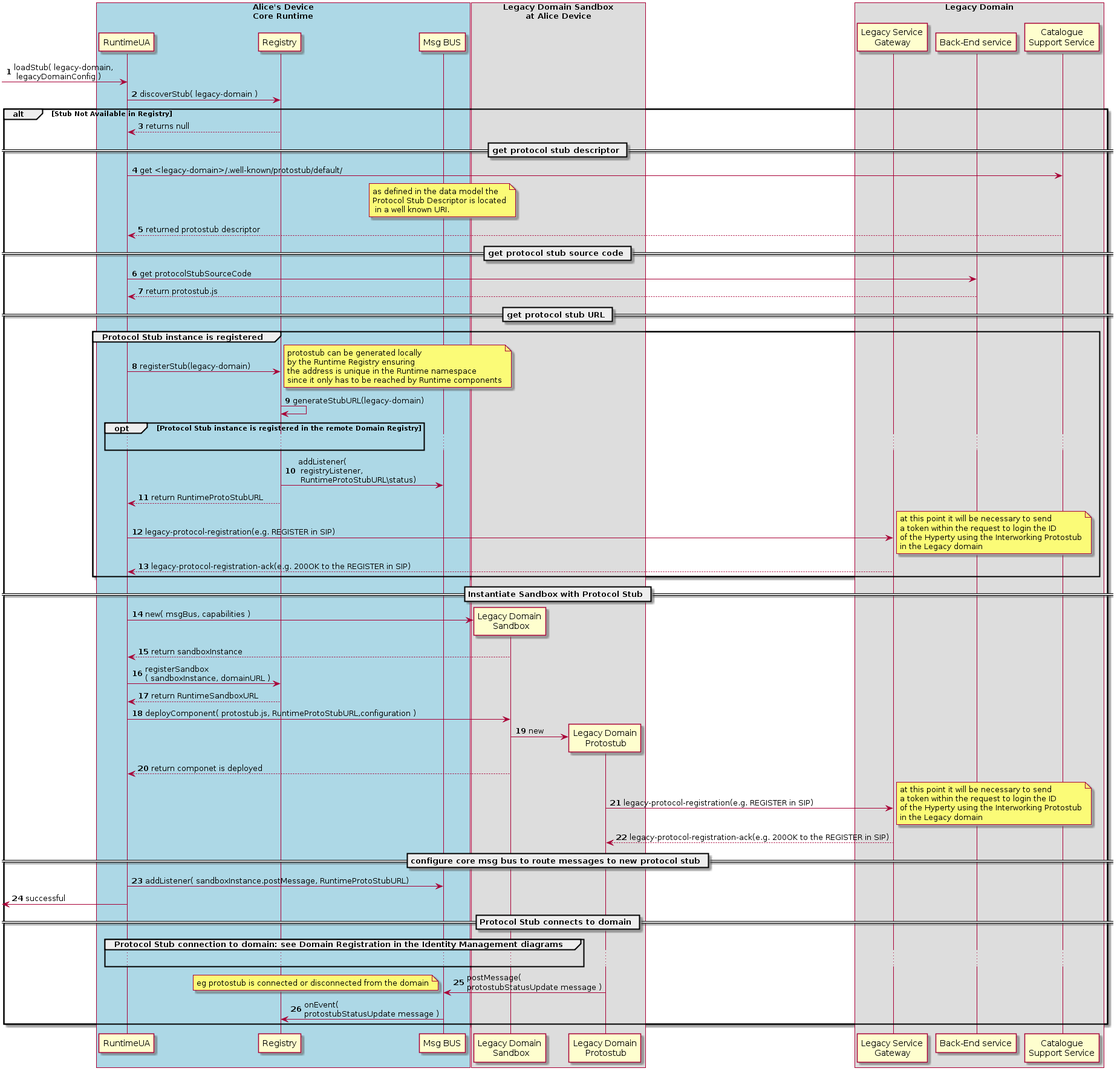
Above: dynamic-view/legacy-interworking/deploy-iwstub.png in reTHINK-project/specs (PlantUML), before the change. Source of this version:
```plantuml
@startuml "deploy-iwstub.png"

autonumber












		box "Alice's Device\nCore Runtime" #LightBlue
				participant "RuntimeUA" as RunUA@A


				participant "Registry" as RunReg@A






				participant "Msg BUS" as BUS@A
		end box













box "Legacy Domain Sandbox\nat Alice Device"
                participant "Legacy Domain\n Sandbox" as sandbox@LDSB
                participant "Legacy Domain\n Protostub" as protostub@LDSB
end box


box "Legacy Domain"
                 participant "Legacy Service\nGateway" as GW@LS1
		 participant "Back-End service" as BES@LS1
                 participant "Catalogue\nSupport Service" as Cat@LS1
end box

-> RunUA@A : loadStub( legacy-domain,\n legacyDomainConfig )

RunUA@A -> RunReg@A : discoverStub( legacy-domain )

alt Stub Not Available in Registry

RunUA@A <-- RunReg@A : returns null

== get protocol stub descriptor ==


	RunUA@A -> Cat@LS1 : get <legacy-domain>/.well-known/protostub/default/

		note over BUS@A
			as defined in the data model the
			Protocol Stub Descriptor is located
			 in a well known URI.
		end note

	RunUA@A <-- Cat@LS1 : returned protostub descriptor

	== get protocol stub source code ==

	RunUA@A -> BES@LS1 : get protocolStubSourceCode

	RunUA@A <-- BES@LS1 : return protostub.js

	== get protocol stub URL ==

	group Protocol Stub instance is registered
		RunUA@A -> RunReg@A : registerStub(legacy-domain)

		note right
			protostub can be generated locally
			by the Runtime Registry ensuring
			the address is unique in the Runtime namespace
			since it only has to be reached by Runtime components
		end note

		RunReg@A -> RunReg@A : generateStubURL(legacy-domain)

		opt Protocol Stub instance is registered in the remote Domain Registry
		...
		end

		RunReg@A -> BUS@A : addListener(\n registryListener,\n RuntimeProtoStubURL\status)

		RunUA@A <-- RunReg@A : return RuntimeProtoStubURL

		RunUA@A -> GW@LS1 : legacy-protocol-registration(e.g. REGISTER in SIP)
		note right
			at this point it will be necessary to send
			a token within the request to login the ID
			of the Hyperty using the Interworking Protostub
			in the Legacy domain
		end note
                RunUA@A <-- GW@LS1 : legacy-protocol-registration-ack(e.g. 200OK to the REGISTER in SIP)
	end

== Instantiate Sandbox with Protocol Stub ==

	create sandbox@LDSB
	RunUA@A -> sandbox@LDSB: new( msgBus, capabilities )

	RunUA@A <-- sandbox@LDSB : return sandboxInstance

	RunUA@A -> RunReg@A : registerSandbox\n( sandboxInstance, domainURL )

	RunUA@A <-- RunReg@A : return RuntimeSandboxURL

	RunUA@A -> sandbox@LDSB : deployComponent( protostub.js, RuntimeProtoStubURL,configuration )



	create protostub@LDSB
	sandbox@LDSB -> protostub@LDSB : new

	RunUA@A <-- sandbox@LDSB : return componet is deployed
        protostub@LDSB -> GW@LS1 : legacy-protocol-registration(e.g. REGISTER in SIP)
                note right
                        at this point it will be necessary to send
                        a token within the request to login the ID
                        of the Hyperty using the Interworking Protostub
                        in the Legacy domain
                end note
        protostub@LDSB <-- GW@LS1 : legacy-protocol-registration-ack(e.g. 200OK to the REGISTER in SIP)


== configure core msg bus to route messages to new protocol stub ==


	BUS@A <- RunUA@A : addListener( sandboxInstance.postMessage, RuntimeProtoStubURL)

	 <- RunUA@A : successful

== Protocol Stub connects to domain ==

	group Protocol Stub connection to domain: see Domain Registration in the Identity Management diagrams

	...

	end group

	protostub@LDSB -> BUS@A : postMessage( \nprotostubStatusUpdate message )


	note left
		eg protostub is connected or disconnected from the domain
	end note

	BUS@A -> RunReg@A : onEvent( \nprotostubStatusUpdate message )

end

@enduml
```
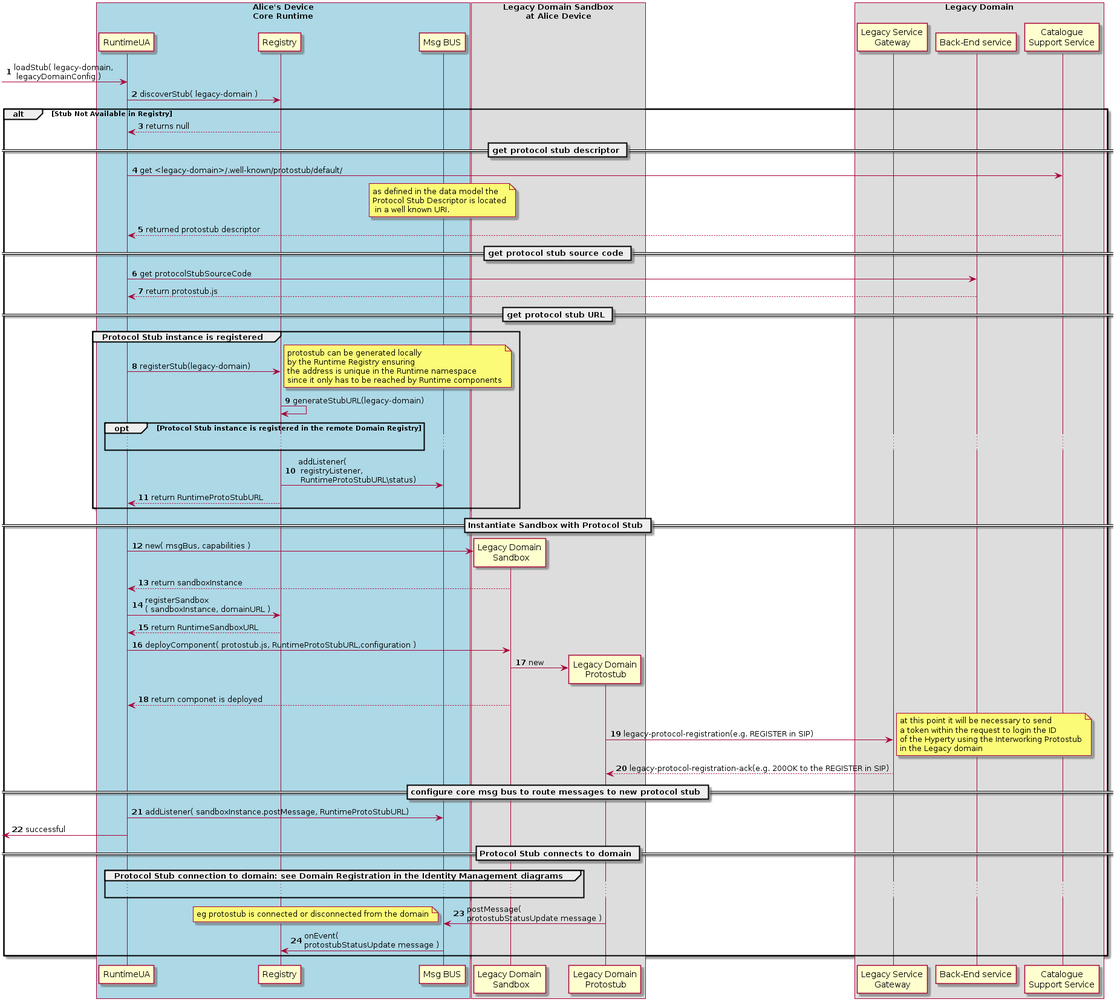
Later version of the same file.

Commit message:
update iwstub diagrams

The edit, as a diff of the source:
```diff
@@ -100,14 +100,6 @@
 
 		RunUA@A <-- RunReg@A : return RuntimeProtoStubURL
 
-		RunUA@A -> GW@LS1 : legacy-protocol-registration(e.g. REGISTER in SIP)
-		note right
-			at this point it will be necessary to send
-			a token within the request to login the ID
-			of the Hyperty using the Interworking Protostub
-			in the Legacy domain
-		end note
-                RunUA@A <-- GW@LS1 : legacy-protocol-registration-ack(e.g. 200OK to the REGISTER in SIP)
 	end
 
 == Instantiate Sandbox with Protocol Stub ==
```
